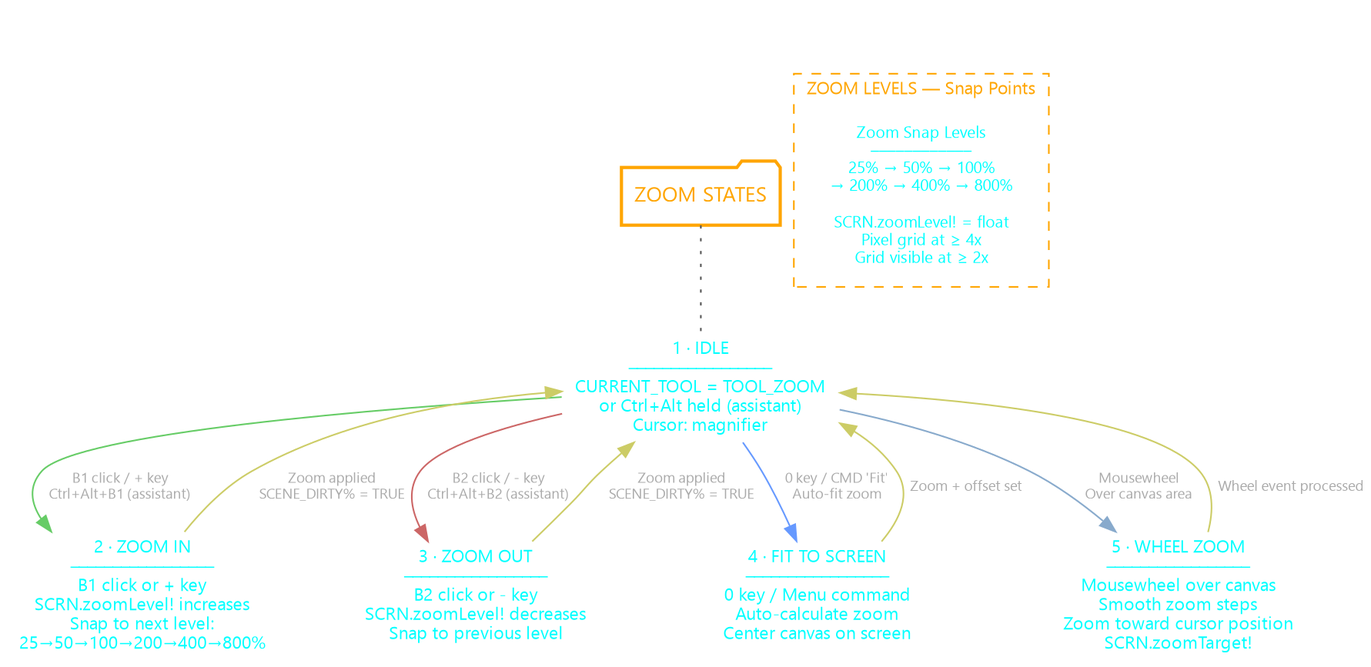
Above: PLANS/diagrams/TOOLS/ZOOM-STATES.png in grymmjack/DRAW (Graphviz), before the change. Its source is kept beside it as PLANS/diagrams/TOOLS/ZOOM-STATES.DOT. The source it was exported from:
```dot
digraph ZOOM_TOOL {
    label="ZOOM TOOL STATE MACHINE" labelloc=t labeljust=c
    ordering=out rankdir=TB
    fontcolor=white fontsize=24.0 fontname="Cascadia Code PL"
    splines=true compound=true
    bgcolor=transparent
    edge [
        color=gray fontcolor="#aaaaaa" fontsize=9.0
        fontname="Cascadia Code PL"
    ];
    node [
        color=white shape=rect style=""
        fontname="Cascadia Code PL" fontsize=11.0 fontcolor=cyan
    ];

    { node [shape=folder color=orange penwidth=2 fontcolor=orange fontsize=13.0];
        MAIN [label="ZOOM STATES"];
    }

    S_IDLE [label="1 · IDLE\n─────────────────\nCURRENT_TOOL = TOOL_ZOOM\nor Ctrl+Alt held (assistant)\nCursor: magnifier"];
    S_ZOOM_IN [label="2 · ZOOM IN\n─────────────────\nB1 click or + key\nSCRN.zoomLevel! increases\nSnap to next level:\n25→50→100→200→400→800%"];
    S_ZOOM_OUT [label="3 · ZOOM OUT\n─────────────────\nB2 click or - key\nSCRN.zoomLevel! decreases\nSnap to previous level"];
    S_FIT [label="4 · FIT TO SCREEN\n─────────────────\n0 key / Menu command\nAuto-calculate zoom\nCenter canvas on screen"];
    S_WHEEL [label="5 · WHEEL ZOOM\n─────────────────\nMousewheel over canvas\nSmooth zoom steps\nZoom toward cursor position\nSCRN.zoomTarget!"];

    S_IDLE -> S_ZOOM_IN [label="  B1 click / + key\n  Ctrl+Alt+B1 (assistant)" color="#66cc66"];
    S_IDLE -> S_ZOOM_OUT [label="  B2 click / - key\n  Ctrl+Alt+B2 (assistant)" color="#cc6666"];
    S_IDLE -> S_FIT [label="  0 key / CMD 'Fit'\n  Auto-fit zoom" color="#6699ff"];
    S_IDLE -> S_WHEEL [label="  Mousewheel\n  Over canvas area" color="#88aacc"];
    S_ZOOM_IN -> S_IDLE [label="  Zoom applied\n  SCENE_DIRTY% = TRUE" color="#cccc66"];
    S_ZOOM_OUT -> S_IDLE [label="  Zoom applied\n  SCENE_DIRTY% = TRUE" color="#cccc66"];
    S_FIT -> S_IDLE [label="  Zoom + offset set" color="#cccc66"];
    S_WHEEL -> S_IDLE [label="  Wheel event processed" color="#cccc66"];

    subgraph cluster_levels {
        label="ZOOM LEVELS — Snap Points" labelloc=t labeljust=l
        fontcolor=orange fontsize=11.0 fontname="Cascadia Code PL"
        color=orange style=dashed penwidth=1

        ZL [label="Zoom Snap Levels\n────────────\n25% → 50% → 100%\n→ 200% → 400% → 800%\n\nSCRN.zoomLevel! = float\nPixel grid at ≥ 4x\nGrid visible at ≥ 2x" fontsize=10.0];
    }

    MAIN -> S_IDLE [arrowhead=none color="#555555" style=dotted];
    { rank=min; MAIN }
    { rank=same; S_ZOOM_IN; S_ZOOM_OUT }
}
```
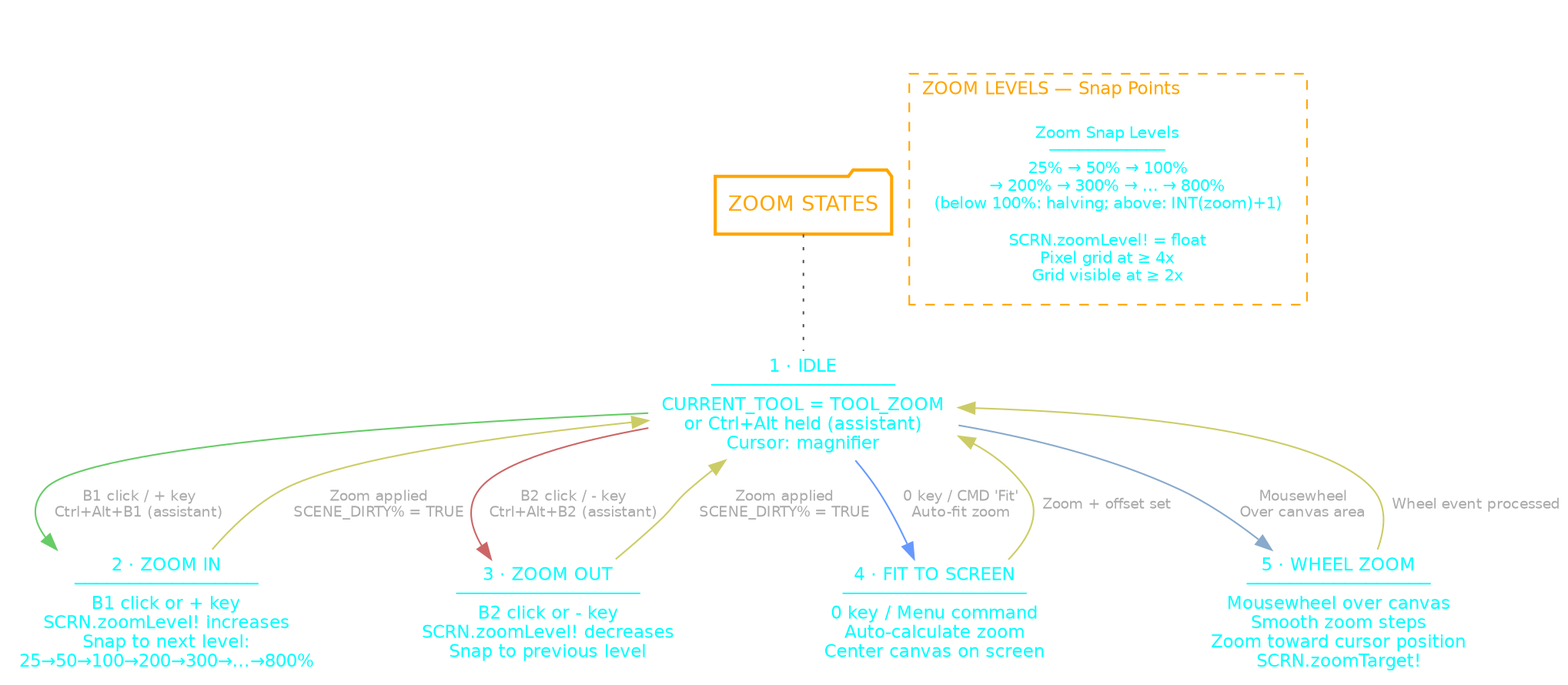
After the change.

The edit, as a diff of the source:
```diff
@@ -18,7 +18,7 @@
     }
 
     S_IDLE [label="1 · IDLE\n─────────────────\nCURRENT_TOOL = TOOL_ZOOM\nor Ctrl+Alt held (assistant)\nCursor: magnifier"];
-    S_ZOOM_IN [label="2 · ZOOM IN\n─────────────────\nB1 click or + key\nSCRN.zoomLevel! increases\nSnap to next level:\n25→50→100→200→400→800%"];
+    S_ZOOM_IN [label="2 · ZOOM IN\n─────────────────\nB1 click or + key\nSCRN.zoomLevel! increases\nSnap to next level:\n25→50→100→200→300→…→800%"];
     S_ZOOM_OUT [label="3 · ZOOM OUT\n─────────────────\nB2 click or - key\nSCRN.zoomLevel! decreases\nSnap to previous level"];
     S_FIT [label="4 · FIT TO SCREEN\n─────────────────\n0 key / Menu command\nAuto-calculate zoom\nCenter canvas on screen"];
     S_WHEEL [label="5 · WHEEL ZOOM\n─────────────────\nMousewheel over canvas\nSmooth zoom steps\nZoom toward cursor position\nSCRN.zoomTarget!"];
@@ -37,7 +37,7 @@
         fontcolor=orange fontsize=11.0 fontname="Cascadia Code PL"
         color=orange style=dashed penwidth=1
 
-        ZL [label="Zoom Snap Levels\n────────────\n25% → 50% → 100%\n→ 200% → 400% → 800%\n\nSCRN.zoomLevel! = float\nPixel grid at ≥ 4x\nGrid visible at ≥ 2x" fontsize=10.0];
+        ZL [label="Zoom Snap Levels\n────────────\n25% → 50% → 100%\n→ 200% → 300% → … → 800%\n(below 100%: halving; above: INT(zoom)+1)\n\nSCRN.zoomLevel! = float\nPixel grid at ≥ 4x\nGrid visible at ≥ 2x" fontsize=10.0];
     }
 
     MAIN -> S_IDLE [arrowhead=none color="#555555" style=dotted];
```
